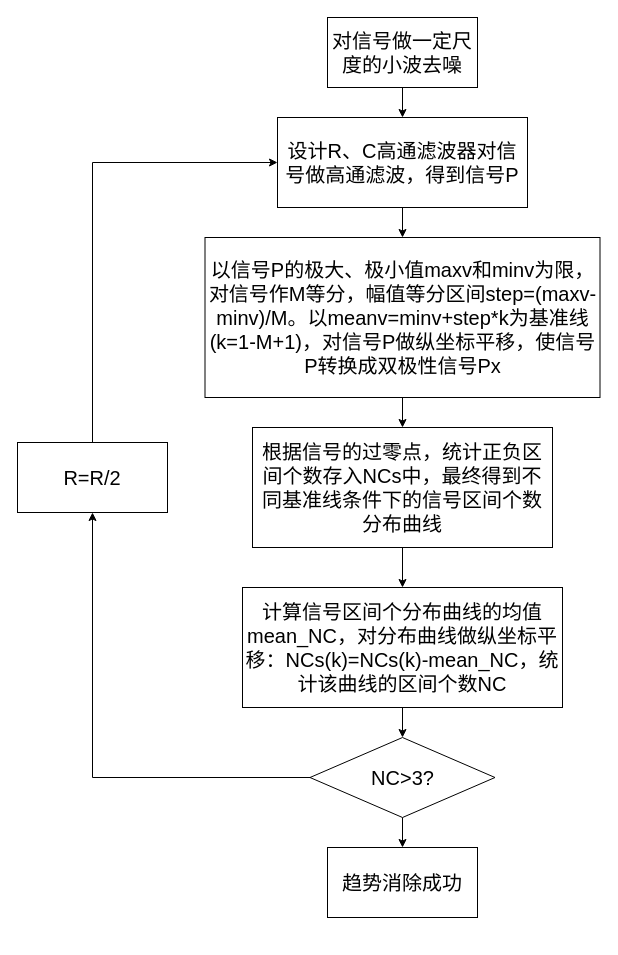
Above: page "第 4 页" (1 of 4) of Untitled Diagram.drawio in RyougiShki/hhhh (draw.io), before the change. Source tidied: cells renumbered, new cells numbered last; positions are measured from the earlier drawing's top-left corner, leaving out a move shared by most shapes. Both pictures are drawn from the tidied source at 100%, with x=0, y=0 at pixel (17, 17).
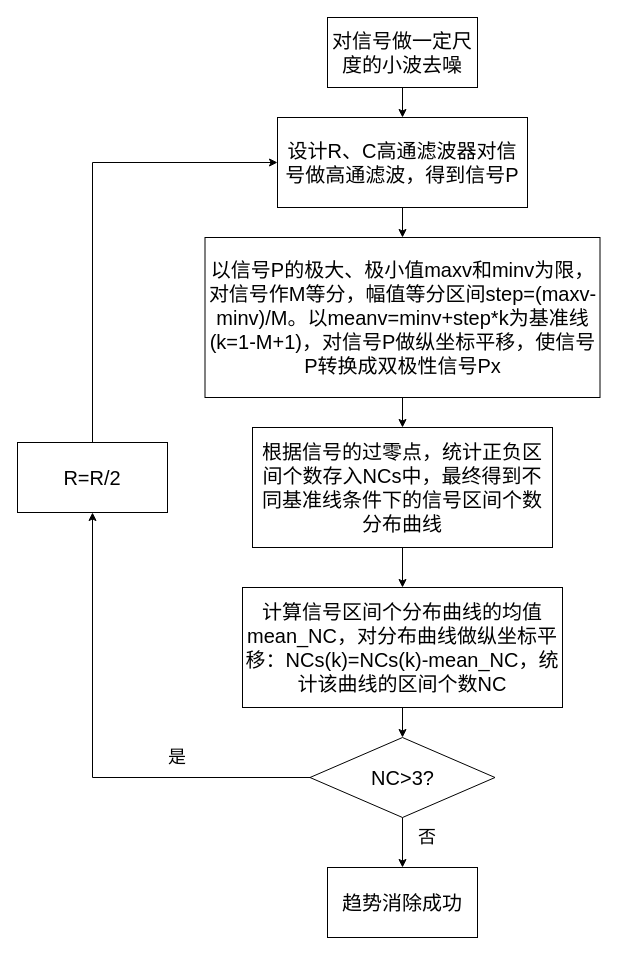
After the change.

What changed in the source:
```diff
@@
     <mxCell id="17" value="&lt;font style=&quot;font-size: 20px&quot;&gt;趋势消除成功&lt;/font&gt;" style="rounded=0;whiteSpace=wrap;html=1;" parent="1" vertex="1">
-      <mxGeometry x="310" y="830" width="150" height="70" as="geometry" />
+      <mxGeometry x="310" y="850" width="150" height="70" as="geometry" />
     </mxCell>
+    <mxCell id="18" value="&lt;font style=&quot;font-size: 18px&quot;&gt;是&lt;/font&gt;" style="text;html=1;strokeColor=none;fillColor=none;align=center;verticalAlign=middle;whiteSpace=wrap;rounded=0;" parent="1" vertex="1">
+      <mxGeometry x="140" y="730" width="40" height="20" as="geometry" />
+    </mxCell>
+    <mxCell id="19" value="&lt;font style=&quot;font-size: 18px&quot;&gt;否&lt;/font&gt;" style="text;html=1;strokeColor=none;fillColor=none;align=center;verticalAlign=middle;whiteSpace=wrap;rounded=0;" parent="1" vertex="1">
+      <mxGeometry x="390" y="810" width="40" height="20" as="geometry" />
+    </mxCell>
```
